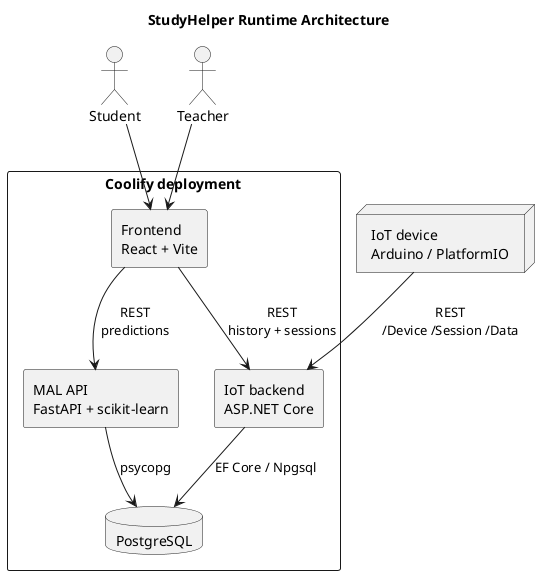
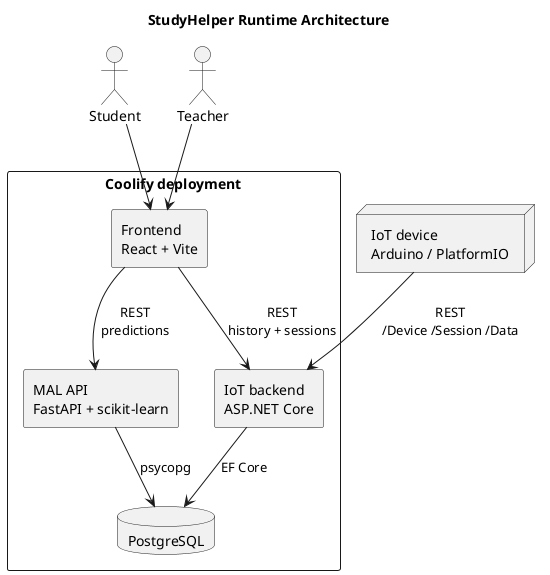
@startuml
title StudyHelper Runtime Architecture
skinparam shadowing false
skinparam componentStyle rectangle
skinparam defaultFontName Arial

actor Student
actor Teacher
node "IoT device\nArduino / PlatformIO" as Device

rectangle "Coolify deployment" {
  component "Frontend\nReact + Vite" as Frontend
  component "IoT backend\nASP.NET Core" as IotApi
  component "MAL API\nFastAPI + scikit-learn" as MalApi
  database "PostgreSQL" as Db
}

Student --> Frontend
Teacher --> Frontend
Device --> IotApi : REST\n/Device /Session /Data
Frontend --> IotApi : REST\nhistory + sessions
Frontend --> MalApi : REST\npredictions
- IotApi --> Db : EF Core / Npgsql
+ IotApi --> Db : EF Core
MalApi --> Db : psycopg
@enduml

